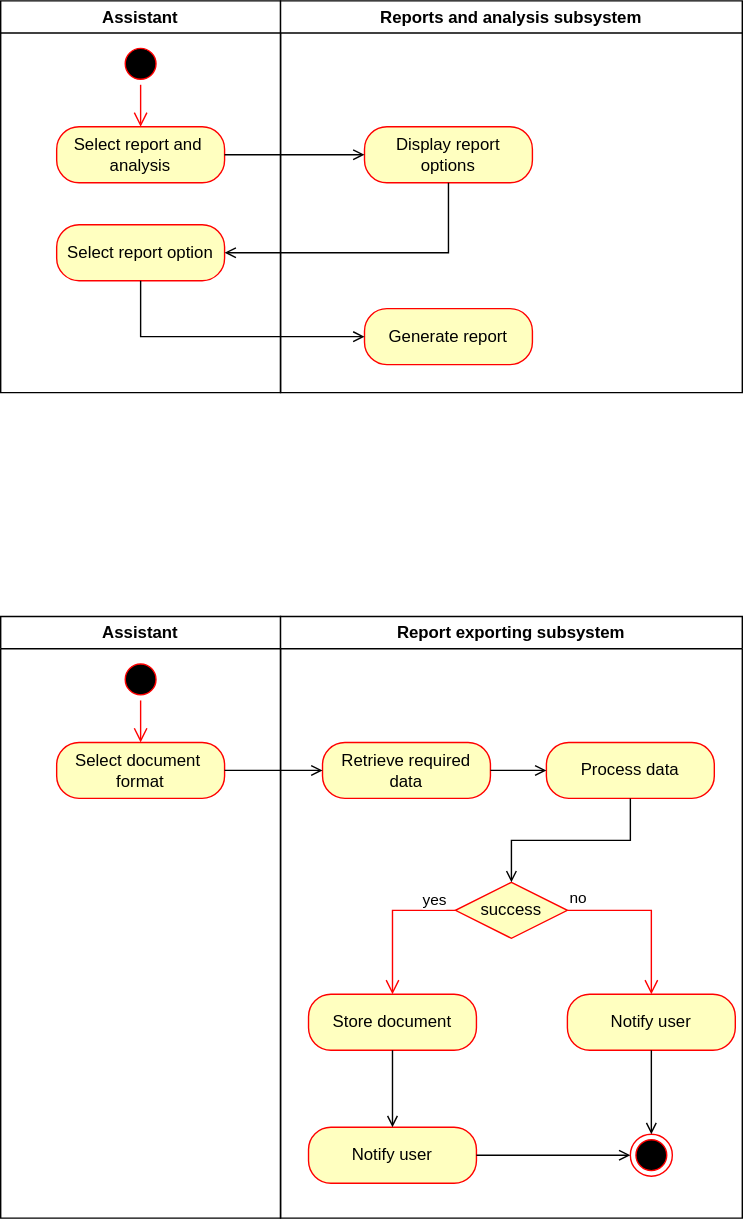
This is Reports_analysis_Activity.svg from Simamkele88/IFM3_GP, a draw.io export, as it was before one commit. Source tidied: cells renumbered, new cells last; positions are measured from the earlier drawing's top-left corner, leaving out a move shared by most shapes.
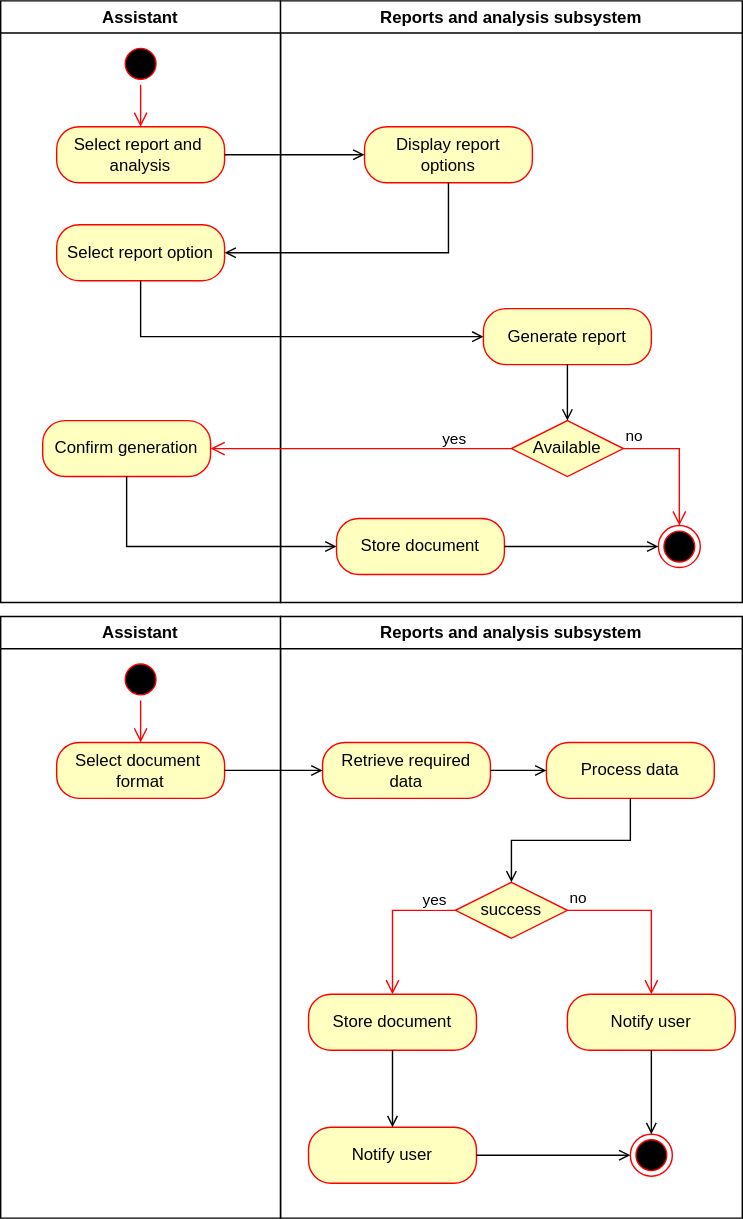
Above is the later version.

Diff of the diagram source:
```diff
@@ -3,7 +3,7 @@
     <mxCell id="0" />
     <mxCell id="1" parent="0" />
     <mxCell id="2" value="Assistant" style="swimlane;whiteSpace=wrap;html=1;startSize=23;" parent="1" vertex="1">
-      <mxGeometry width="200" height="280" as="geometry" />
+      <mxGeometry width="200" height="430" as="geometry" />
     </mxCell>
     <mxCell id="3" value="Select report and&amp;nbsp;&lt;div&gt;analysis&lt;/div&gt;" style="rounded=1;whiteSpace=wrap;html=1;strokeColor=#ff0000;align=center;verticalAlign=middle;arcSize=40;fontFamily=Helvetica;fontSize=12;fontColor=#000000;fillColor=#ffffc0;" parent="2" vertex="1">
       <mxGeometry x="40" y="90" width="120" height="40" as="geometry" />
@@ -17,15 +17,50 @@
     <mxCell id="6" value="Select report option" style="rounded=1;whiteSpace=wrap;html=1;strokeColor=#ff0000;align=center;verticalAlign=middle;arcSize=40;fontFamily=Helvetica;fontSize=12;fontColor=#000000;fillColor=#ffffc0;" parent="2" vertex="1">
       <mxGeometry x="40" y="160" width="120" height="40" as="geometry" />
     </mxCell>
+    <mxCell id="33" value="Confirm generation" style="rounded=1;whiteSpace=wrap;html=1;strokeColor=#ff0000;align=center;verticalAlign=middle;arcSize=40;fontFamily=Helvetica;fontSize=12;fontColor=#000000;fillColor=#ffffc0;" parent="2" vertex="1">
+      <mxGeometry x="30" y="300" width="120" height="40" as="geometry" />
+    </mxCell>
     <mxCell id="7" value="Reports and analysis subsystem" style="swimlane;whiteSpace=wrap;html=1;" parent="1" vertex="1">
-      <mxGeometry x="200" width="330" height="280" as="geometry" />
+      <mxGeometry x="200" width="330" height="430" as="geometry" />
     </mxCell>
     <mxCell id="8" value="Display report&lt;div&gt;options&lt;/div&gt;" style="rounded=1;whiteSpace=wrap;html=1;strokeColor=#ff0000;align=center;verticalAlign=middle;arcSize=40;fontFamily=Helvetica;fontSize=12;fontColor=#000000;fillColor=#ffffc0;" parent="7" vertex="1">
       <mxGeometry x="60" y="90" width="120" height="40" as="geometry" />
     </mxCell>
     <mxCell id="9" value="Generate report" style="rounded=1;whiteSpace=wrap;html=1;strokeColor=#ff0000;align=center;verticalAlign=middle;arcSize=40;fontFamily=Helvetica;fontSize=12;fontColor=#000000;fillColor=#ffffc0;" parent="7" vertex="1">
-      <mxGeometry x="60" y="220" width="120" height="40" as="geometry" />
+      <mxGeometry x="145" y="220" width="120" height="40" as="geometry" />
     </mxCell>
+    <mxCell id="34" value="Available" style="rhombus;whiteSpace=wrap;html=1;fontColor=#000000;fillColor=#ffffc0;strokeColor=#ff0000;" parent="7" vertex="1">
+      <mxGeometry x="165" y="300" width="80" height="40" as="geometry" />
+    </mxCell>
+    <mxCell id="35" value="no" style="edgeStyle=orthogonalEdgeStyle;html=1;align=left;verticalAlign=bottom;endArrow=open;endSize=8;strokeColor=#ff0000;rounded=0;entryX=0.5;entryY=0;entryDx=0;entryDy=0;" parent="7" edge="1" source="34" target="37">
+      <mxGeometry x="-1" relative="1" as="geometry">
+        <Array as="points">
+          <mxPoint x="285" y="320" />
+        </Array>
+      </mxGeometry>
+    </mxCell>
+    <mxCell id="36" style="endArrow=open;html=1;rounded=0;entryX=0.5;entryY=0;entryDx=0;entryDy=0;endFill=0;edgeStyle=orthogonalEdgeStyle;exitX=0.5;exitY=1;exitDx=0;exitDy=0;" parent="7" edge="1" source="9" target="34">
+      <mxGeometry relative="1" as="geometry">
+        <Array as="points">
+          <mxPoint x="205" y="270" />
+          <mxPoint x="205" y="270" />
+        </Array>
+      </mxGeometry>
+    </mxCell>
+    <mxCell id="37" style="ellipse;html=1;shape=endState;fillColor=#000000;strokeColor=#ff0000;" parent="7" vertex="1">
+      <mxGeometry x="270" y="375" width="30" height="30" as="geometry" />
+    </mxCell>
+    <mxCell id="38" value="Store document" style="rounded=1;whiteSpace=wrap;html=1;strokeColor=#ff0000;align=center;verticalAlign=middle;arcSize=40;fontFamily=Helvetica;fontSize=12;fontColor=#000000;fillColor=#ffffc0;" parent="7" vertex="1">
+      <mxGeometry x="40" y="370" width="120" height="40" as="geometry" />
+    </mxCell>
+    <mxCell id="39" style="endArrow=open;html=1;rounded=0;entryX=0;entryY=0.5;entryDx=0;entryDy=0;endFill=0;edgeStyle=orthogonalEdgeStyle;exitX=1;exitY=0.5;exitDx=0;exitDy=0;" parent="7" edge="1" source="38" target="37">
+      <mxGeometry relative="1" as="geometry">
+        <Array as="points">
+          <mxPoint x="210" y="390" />
+          <mxPoint x="210" y="390" />
+        </Array>
+      </mxGeometry>
+    </mxCell>
     <mxCell id="10" style="endArrow=open;html=1;rounded=0;exitX=1;exitY=0.5;exitDx=0;exitDy=0;entryX=0;entryY=0.5;entryDx=0;entryDy=0;endFill=0;" parent="1" edge="1" source="3" target="8">
       <mxGeometry relative="1" as="geometry" />
     </mxCell>
@@ -41,7 +76,7 @@
     <mxCell id="14" value="Select document&amp;nbsp;&lt;div&gt;format&lt;/div&gt;" style="rounded=1;whiteSpace=wrap;html=1;strokeColor=#ff0000;align=center;verticalAlign=middle;arcSize=40;fontFamily=Helvetica;fontSize=12;fontColor=#000000;fillColor=#ffffc0;" parent="11" vertex="1">
       <mxGeometry x="40" y="90" width="120" height="40" as="geometry" />
     </mxCell>
-    <mxCell id="15" value="Report exporting subsystem" style="swimlane;whiteSpace=wrap;html=1;" parent="1" vertex="1">
+    <mxCell id="15" value="Reports and analysis subsystem" style="swimlane;whiteSpace=wrap;html=1;" parent="1" vertex="1">
       <mxGeometry x="200" y="440" width="330" height="430" as="geometry" />
     </mxCell>
     <mxCell id="16" value="Retrieve required&lt;div&gt;data&lt;span style=&quot;color: rgba(0, 0, 0, 0); font-family: monospace; font-size: 0px; text-align: start; text-wrap-mode: nowrap; background-color: transparent;&quot;&gt;%3CmxGraphModel%3E%3Croot%3E%3CmxCell%20id%3D%220%22%2F%3E%3CmxCell%20id%3D%221%22%20parent%3D%220%22%2F%3E%3CmxCell%20id%3D%222%22%20value%3D%22Request%20document%22%20style%3D%22rounded%3D1%3BwhiteSpace%3Dwrap%3Bhtml%3D1%3B%22%20vertex%3D%221%22%20parent%3D%221%22%3E%3CmxGeometry%20x%3D%22240%22%20y%3D%22340%22%20width%3D%22120%22%20height%3D%2240%22%20as%3D%22geometry%22%2F%3E%3C%2FmxCell%3E%3C%2Froot%3E%3C%2FmxGraphModel%3E&lt;/span&gt;&lt;/div&gt;" style="rounded=1;whiteSpace=wrap;html=1;strokeColor=#ff0000;align=center;verticalAlign=middle;arcSize=40;fontFamily=Helvetica;fontSize=12;fontColor=#000000;fillColor=#ffffc0;" parent="15" vertex="1">
@@ -111,5 +146,15 @@
         </Array>
       </mxGeometry>
     </mxCell>
+    <mxCell id="40" value="yes" style="edgeStyle=orthogonalEdgeStyle;html=1;align=left;verticalAlign=top;endArrow=open;endSize=8;strokeColor=#ff0000;rounded=0;exitX=0;exitY=0.5;exitDx=0;exitDy=0;entryX=1;entryY=0.5;entryDx=0;entryDy=0;" parent="1" edge="1" source="34" target="33">
+      <mxGeometry x="-0.52" y="-20" relative="1" as="geometry" />
+    </mxCell>
+    <mxCell id="41" style="endArrow=open;html=1;rounded=0;entryX=0;entryY=0.5;entryDx=0;entryDy=0;endFill=0;edgeStyle=orthogonalEdgeStyle;exitX=0.5;exitY=1;exitDx=0;exitDy=0;" parent="1" edge="1" source="33" target="38">
+      <mxGeometry relative="1" as="geometry">
+        <Array as="points">
+          <mxPoint x="90" y="390" />
+        </Array>
+      </mxGeometry>
+    </mxCell>
   </root>
 </mxGraphModel>
```
